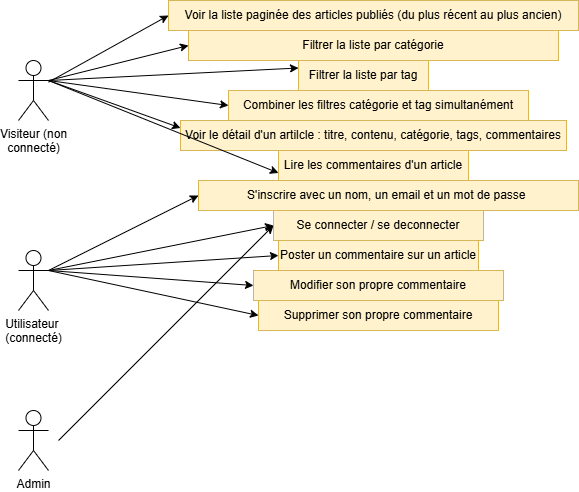
The draw.io diagram use case visitor.png in Guilyane/DWWM-blog, before a commit. Source tidied: cells renumbered, new cells last; positions are measured from the earlier drawing's top-left corner, leaving out a move shared by most shapes. Its diagram source:
```xml
<mxGraphModel>
  <root>
    <mxCell id="0" />
    <mxCell id="1" parent="0" />
    <mxCell id="2" value="Voir la liste paginée des articles publiés (du plus récent au plus ancien)" style="text;html=1;whiteSpace=wrap;strokeColor=#d6b656;fillColor=#fff2cc;align=center;verticalAlign=middle;rounded=0;" parent="1" vertex="1">
      <mxGeometry x="150" width="410" height="30" as="geometry" />
    </mxCell>
    <mxCell id="3" value="Filtrer la liste par catégorie" style="text;html=1;whiteSpace=wrap;strokeColor=#d6b656;fillColor=#fff2cc;align=center;verticalAlign=middle;rounded=0;" parent="1" vertex="1">
      <mxGeometry x="170" y="30" width="370" height="30" as="geometry" />
    </mxCell>
    <mxCell id="4" value="Filtrer la liste par tag" style="text;html=1;whiteSpace=wrap;strokeColor=#d6b656;fillColor=#fff2cc;align=center;verticalAlign=middle;rounded=0;" parent="1" vertex="1">
      <mxGeometry x="280" y="60" width="130" height="30" as="geometry" />
    </mxCell>
    <mxCell id="5" value="Combiner les filtres catégorie et tag simultanément" style="text;html=1;whiteSpace=wrap;strokeColor=#d6b656;fillColor=#fff2cc;align=center;verticalAlign=middle;rounded=0;" parent="1" vertex="1">
      <mxGeometry x="210" y="90" width="300" height="30" as="geometry" />
    </mxCell>
    <mxCell id="6" value="Voir le détail d'un artilcle : titre, contenu, catégorie, tags, commentaires" style="text;html=1;whiteSpace=wrap;strokeColor=#d6b656;fillColor=#fff2cc;align=center;verticalAlign=middle;rounded=0;" parent="1" vertex="1">
      <mxGeometry x="162" y="120" width="386" height="30" as="geometry" />
    </mxCell>
    <mxCell id="7" value="Lire les commentaires d'un article" style="text;html=1;whiteSpace=wrap;strokeColor=#d6b656;fillColor=#fff2cc;align=center;verticalAlign=middle;rounded=0;" parent="1" vertex="1">
      <mxGeometry x="260" y="150" width="190" height="30" as="geometry" />
    </mxCell>
    <mxCell id="8" value="Visiteur (non&lt;br&gt;connecté)" style="shape=umlActor;verticalLabelPosition=bottom;verticalAlign=top;html=1;outlineConnect=0;" parent="1" vertex="1">
      <mxGeometry y="60" width="30" height="60" as="geometry" />
    </mxCell>
    <mxCell id="9" style="endArrow=classic;html=1;rounded=0;entryX=0;entryY=0.5;entryDx=0;entryDy=0;" parent="1" edge="1" source="8" target="2">
      <mxGeometry relative="1" as="geometry" />
    </mxCell>
    <mxCell id="10" style="endArrow=classic;html=1;rounded=0;entryX=0;entryY=0.5;entryDx=0;entryDy=0;" parent="1" edge="1" target="3">
      <mxGeometry relative="1" as="geometry">
        <mxPoint x="30" y="80" as="sourcePoint" />
      </mxGeometry>
    </mxCell>
    <mxCell id="11" style="endArrow=classic;html=1;rounded=0;entryX=0;entryY=0.25;entryDx=0;entryDy=0;" parent="1" edge="1" target="4">
      <mxGeometry relative="1" as="geometry">
        <mxPoint x="30" y="80" as="sourcePoint" />
      </mxGeometry>
    </mxCell>
    <mxCell id="12" style="endArrow=classic;html=1;rounded=0;entryX=0;entryY=0.5;entryDx=0;entryDy=0;" parent="1" edge="1" target="5">
      <mxGeometry relative="1" as="geometry">
        <mxPoint x="30" y="80" as="sourcePoint" />
      </mxGeometry>
    </mxCell>
    <mxCell id="13" style="endArrow=classic;html=1;rounded=0;entryX=0;entryY=0.25;entryDx=0;entryDy=0;" parent="1" edge="1" target="6">
      <mxGeometry relative="1" as="geometry">
        <mxPoint x="30" y="80" as="sourcePoint" />
      </mxGeometry>
    </mxCell>
    <mxCell id="14" style="endArrow=classic;html=1;rounded=0;entryX=0;entryY=0.75;entryDx=0;entryDy=0;" parent="1" edge="1" target="7">
      <mxGeometry relative="1" as="geometry">
        <mxPoint x="30" y="80" as="sourcePoint" />
      </mxGeometry>
    </mxCell>
    <mxCell id="15" value="S'inscrire avec un nom, un email et un mot de passe&amp;nbsp;" style="text;html=1;whiteSpace=wrap;strokeColor=#d6b656;fillColor=#fff2cc;align=center;verticalAlign=middle;rounded=0;" parent="1" vertex="1">
      <mxGeometry x="180" y="180" width="380" height="30" as="geometry" />
    </mxCell>
    <mxCell id="16" value="Se connecter / se deconnecter" style="text;html=1;whiteSpace=wrap;strokeColor=#d6b656;fillColor=#fff2cc;align=center;verticalAlign=middle;rounded=0;" parent="1" vertex="1">
      <mxGeometry x="255" y="210" width="210" height="30" as="geometry" />
    </mxCell>
    <mxCell id="17" value="Poster un commentaire sur un article" style="text;html=1;whiteSpace=wrap;strokeColor=#d6b656;fillColor=#fff2cc;align=center;verticalAlign=middle;rounded=0;" parent="1" vertex="1">
      <mxGeometry x="260" y="240" width="200" height="30" as="geometry" />
    </mxCell>
    <mxCell id="18" value="Modifier son propre commentaire" style="text;html=1;whiteSpace=wrap;strokeColor=#d6b656;fillColor=#fff2cc;align=center;verticalAlign=middle;rounded=0;" parent="1" vertex="1">
      <mxGeometry x="235" y="270" width="250" height="30" as="geometry" />
    </mxCell>
    <mxCell id="19" value="Supprimer son propre commentaire" style="text;html=1;whiteSpace=wrap;strokeColor=#d6b656;fillColor=#fff2cc;align=center;verticalAlign=middle;rounded=0;" parent="1" vertex="1">
      <mxGeometry x="240" y="300" width="240" height="30" as="geometry" />
    </mxCell>
    <mxCell id="20" value="Utilisateur&amp;nbsp;&lt;br&gt;(connecté)" style="shape=umlActor;verticalLabelPosition=bottom;verticalAlign=top;html=1;outlineConnect=0;" parent="1" vertex="1">
      <mxGeometry y="250" width="30" height="60" as="geometry" />
    </mxCell>
    <mxCell id="21" style="endArrow=classic;html=1;rounded=0;entryX=0;entryY=0.5;entryDx=0;entryDy=0;exitX=1;exitY=0.3333333333333333;exitDx=0;exitDy=0;exitPerimeter=0;" parent="1" edge="1" source="20" target="15">
      <mxGeometry relative="1" as="geometry" />
    </mxCell>
    <mxCell id="22" style="endArrow=classic;html=1;rounded=0;entryX=0;entryY=0.5;entryDx=0;entryDy=0;" parent="1" edge="1" target="16">
      <mxGeometry relative="1" as="geometry">
        <mxPoint x="30" y="270" as="sourcePoint" />
      </mxGeometry>
    </mxCell>
    <mxCell id="23" style="endArrow=classic;html=1;rounded=0;entryX=0;entryY=0.5;entryDx=0;entryDy=0;" parent="1" edge="1" target="17">
      <mxGeometry relative="1" as="geometry">
        <mxPoint x="30" y="270" as="sourcePoint" />
      </mxGeometry>
    </mxCell>
    <mxCell id="24" style="endArrow=classic;html=1;rounded=0;entryX=0;entryY=0.5;entryDx=0;entryDy=0;" parent="1" edge="1" target="18">
      <mxGeometry relative="1" as="geometry">
        <mxPoint x="30" y="270" as="sourcePoint" />
      </mxGeometry>
    </mxCell>
    <mxCell id="25" style="endArrow=classic;html=1;rounded=0;entryX=0;entryY=0.5;entryDx=0;entryDy=0;" parent="1" edge="1" target="19">
      <mxGeometry relative="1" as="geometry">
        <mxPoint x="30" y="270" as="sourcePoint" />
      </mxGeometry>
    </mxCell>
    <mxCell id="26" value="Admin" style="shape=umlActor;verticalLabelPosition=bottom;verticalAlign=top;html=1;" parent="1" vertex="1">
      <mxGeometry y="410" width="30" height="60" as="geometry" />
    </mxCell>
    <mxCell id="27" style="endArrow=classic;html=1;rounded=0;entryX=0;entryY=0.5;entryDx=0;entryDy=0;" parent="1" edge="1" target="16">
      <mxGeometry relative="1" as="geometry">
        <mxPoint x="40" y="440" as="sourcePoint" />
      </mxGeometry>
    </mxCell>
  </root>
</mxGraphModel>
```
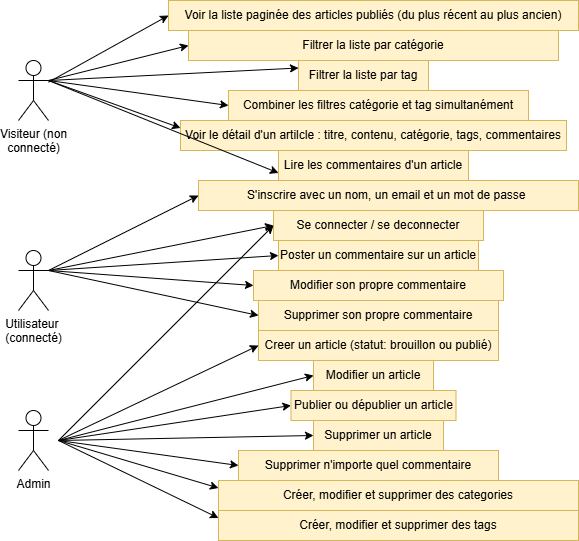
The same diagram one commit later.

Commit message:
add: utilities for admin - end use case.png

What changed in the source:
```diff
@@ -100,5 +100,61 @@
         <mxPoint x="40" y="440" as="sourcePoint" />
       </mxGeometry>
     </mxCell>
+    <mxCell id="28" value="Creer un article (statut: brouillon ou publié)" style="text;html=1;whiteSpace=wrap;strokeColor=#d6b656;fillColor=#fff2cc;align=center;verticalAlign=middle;rounded=0;" parent="1" vertex="1">
+      <mxGeometry x="240" y="330" width="240" height="30" as="geometry" />
+    </mxCell>
+    <mxCell id="29" value="Modifier un article" style="text;html=1;whiteSpace=wrap;strokeColor=#d6b656;fillColor=#fff2cc;align=center;verticalAlign=middle;rounded=0;" parent="1" vertex="1">
+      <mxGeometry x="295" y="360" width="120" height="30" as="geometry" />
+    </mxCell>
+    <mxCell id="30" value="Publier ou dépublier un article" style="text;html=1;whiteSpace=wrap;strokeColor=#d6b656;fillColor=#fff2cc;align=center;verticalAlign=middle;rounded=0;" parent="1" vertex="1">
+      <mxGeometry x="272.5" y="390" width="165" height="30" as="geometry" />
+    </mxCell>
+    <mxCell id="31" value="Supprimer un article" style="text;html=1;whiteSpace=wrap;strokeColor=#d6b656;fillColor=#fff2cc;align=center;verticalAlign=middle;rounded=0;" parent="1" vertex="1">
+      <mxGeometry x="295" y="420" width="130" height="30" as="geometry" />
+    </mxCell>
+    <mxCell id="32" value="Supprimer n'importe quel commentaire" style="text;html=1;whiteSpace=wrap;strokeColor=#d6b656;fillColor=#fff2cc;align=center;verticalAlign=middle;rounded=0;" parent="1" vertex="1">
+      <mxGeometry x="220" y="450" width="260" height="30" as="geometry" />
+    </mxCell>
+    <mxCell id="33" value="Créer, modifier et supprimer des categories" style="text;html=1;whiteSpace=wrap;strokeColor=#d6b656;fillColor=#fff2cc;align=center;verticalAlign=middle;rounded=0;" parent="1" vertex="1">
+      <mxGeometry x="200" y="480" width="360" height="30" as="geometry" />
+    </mxCell>
+    <mxCell id="34" value="Créer, modifier et supprimer des tags" style="text;html=1;whiteSpace=wrap;strokeColor=#d6b656;fillColor=#fff2cc;align=center;verticalAlign=middle;rounded=0;" parent="1" vertex="1">
+      <mxGeometry x="200" y="510" width="360" height="30" as="geometry" />
+    </mxCell>
+    <mxCell id="35" style="endArrow=classic;html=1;rounded=0;entryX=0;entryY=0.5;entryDx=0;entryDy=0;" parent="1" edge="1" target="28">
+      <mxGeometry relative="1" as="geometry">
+        <mxPoint x="40" y="440" as="sourcePoint" />
+      </mxGeometry>
+    </mxCell>
+    <mxCell id="36" style="endArrow=classic;html=1;rounded=0;entryX=0;entryY=0.5;entryDx=0;entryDy=0;" parent="1" edge="1" target="29">
+      <mxGeometry relative="1" as="geometry">
+        <mxPoint x="40" y="440" as="sourcePoint" />
+      </mxGeometry>
+    </mxCell>
+    <mxCell id="37" style="endArrow=classic;html=1;rounded=0;entryX=0;entryY=0.5;entryDx=0;entryDy=0;" parent="1" edge="1" target="30">
+      <mxGeometry relative="1" as="geometry">
+        <mxPoint x="40" y="440" as="sourcePoint" />
+      </mxGeometry>
+    </mxCell>
+    <mxCell id="38" style="endArrow=classic;html=1;rounded=0;entryX=0;entryY=0.5;entryDx=0;entryDy=0;" parent="1" edge="1" target="31">
+      <mxGeometry relative="1" as="geometry">
+        <mxPoint x="40" y="440" as="sourcePoint" />
+      </mxGeometry>
+    </mxCell>
+    <mxCell id="39" style="endArrow=classic;html=1;rounded=0;entryX=0;entryY=0.5;entryDx=0;entryDy=0;" parent="1" edge="1" target="32">
+      <mxGeometry relative="1" as="geometry">
+        <mxPoint x="40" y="440" as="sourcePoint" />
+      </mxGeometry>
+    </mxCell>
+    <mxCell id="40" style="endArrow=classic;html=1;rounded=0;entryX=0;entryY=0.25;entryDx=0;entryDy=0;" parent="1" edge="1" target="33">
+      <mxGeometry relative="1" as="geometry">
+        <mxPoint x="40" y="440" as="sourcePoint" />
+      </mxGeometry>
+    </mxCell>
+    <mxCell id="41" style="endArrow=classic;html=1;rounded=0;entryX=0;entryY=0.25;entryDx=0;entryDy=0;" parent="1" edge="1" target="34">
+      <mxGeometry relative="1" as="geometry">
+        <mxPoint x="40" y="440" as="sourcePoint" />
+      </mxGeometry>
+    </mxCell>
   </root>
 </mxGraphModel>
```
